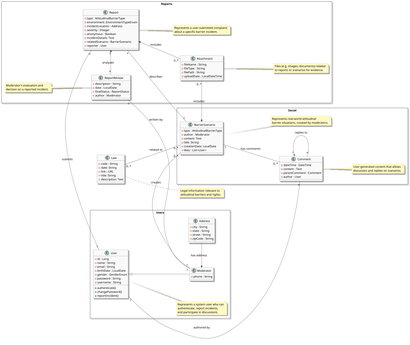
This is docs/diagrams/class.png from jaderAdriel/denuncie-barreiras, a PlantUML export, as it was before one commit.
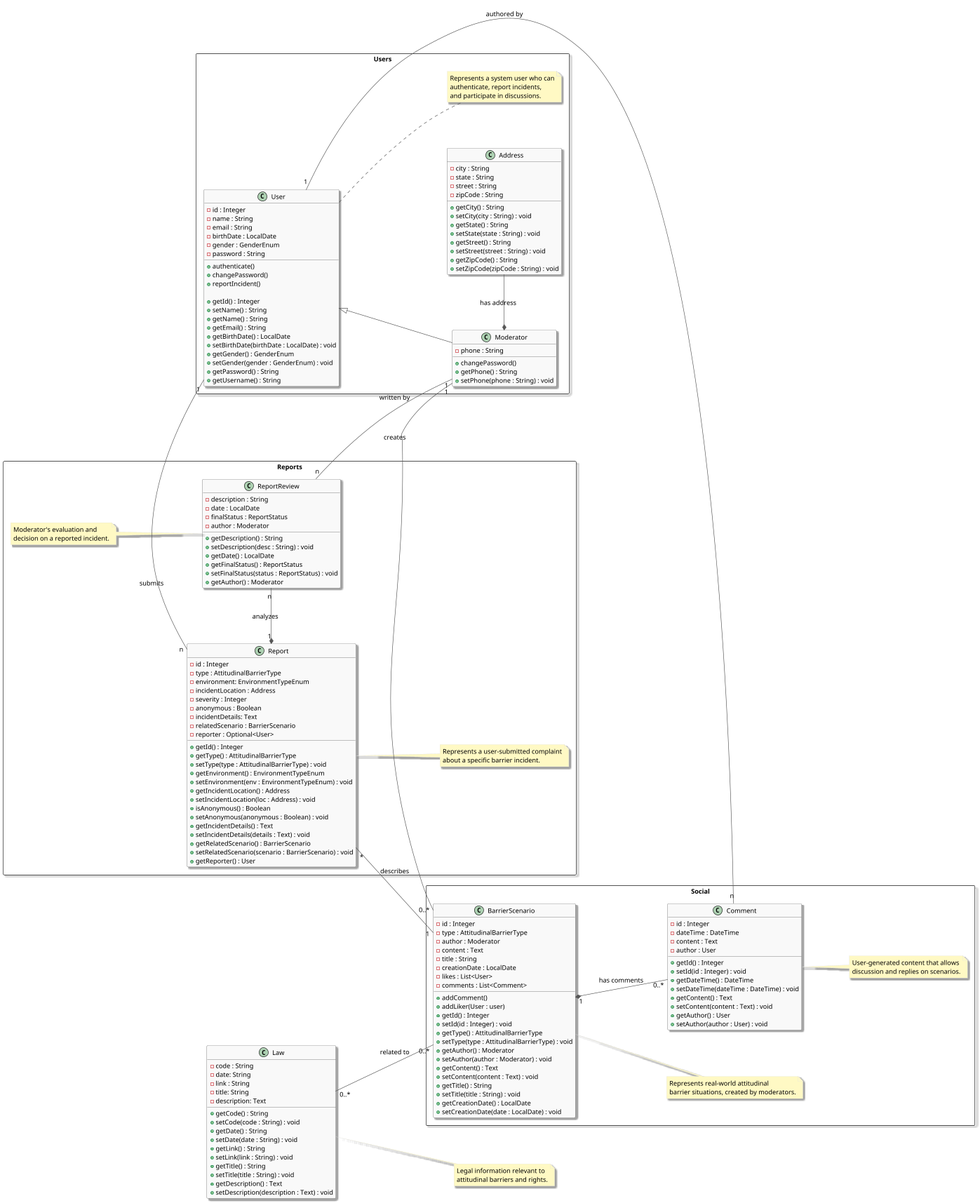
After the change.

The edit, as a diff of the source:
```diff
@@ -1,6 +1,5 @@
 @startuml
-
-skinparam Dpi 150
+skinparam Dpi 70
 skinparam shadowing true
 skinparam Nodesep 100
 skinparam Ranksep 100
@@ -10,29 +9,42 @@
 skinparam noteBackgroundColor #FFF9C4
 skinparam noteBorderColor #E0E0E0
 skinparam groupInheritance 1
-
 skinparam defaultFontName "Arial"
 skinparam defaultFontSize 14
 
 left to right direction
 
-package "Users"  <<Rectangle>> {
-
+package "Users" <<Rectangle>> {
     class User {
-        - id : Long
+        - id : Integer
         - name : String
         - email : String
         - birthDate : LocalDate
         - gender : GenderEnum
         - password : String
-        - username : String
+
         + authenticate()
         + changePassword()
         + reportIncident()
+
+        + getId() : Integer
+        + setName() : String
+        + getName() : String
+        + getEmail() : String
+        + getBirthDate() : LocalDate
+        + setBirthDate(birthDate : LocalDate) : void
+        + getGender() : GenderEnum
+        + setGender(gender : GenderEnum) : void
+        + getPassword() : String
+        + getUsername() : String
     }
 
     class Moderator {
         - phone : String
+
+        + changePassword()
+        + getPhone() : String
+        + setPhone(phone : String) : void
     }
 
     class Address {
@@ -40,6 +52,15 @@
         - state : String
         - street : String
         - zipCode : String
+
+        + getCity() : String
+        + setCity(city : String) : void
+        + getState() : String
+        + setState(state : String) : void
+        + getStreet() : String
+        + setStreet(street : String) : void
+        + getZipCode() : String
+        + setZipCode(zipCode : String) : void
     }
 
     note right of User
@@ -47,25 +68,49 @@
         authenticate, report incidents,
         and participate in discussions.
     end note
-
-
 }
 
-package "Social"  <<Rectangle>> {
+package "Social" <<Rectangle>> {
     class BarrierScenario {
+        - id : Integer
         - type : AttitudinalBarrierType
         - author : Moderator
-        - content: Text
-        - title: String
-        - creationDate: LocalDate
+        - content : Text
+        - title : String
+        - creationDate : LocalDate
         - likes : List<User>
+        - comments : List<Comment>
+
+        + addComment()
+        + addLiker(User : user)
+        + getId() : Integer
+        + setId(id : Integer) : void
+        + getType() : AttitudinalBarrierType
+        + setType(type : AttitudinalBarrierType) : void
+        + getAuthor() : Moderator
+        + setAuthor(author : Moderator) : void
+        + getContent() : Text
+        + setContent(content : Text) : void
+        + getTitle() : String
+        + setTitle(title : String) : void
+        + getCreationDate() : LocalDate
+        + setCreationDate(date : LocalDate) : void
     }
 
     class Comment {
+        - id : Integer
         - dateTime : DateTime
         - content : Text
-        - parentComment : Comment
         - author : User
+
+        + getId() : Integer
+        + setId(id : Integer) : void
+        + getDateTime() : DateTime
+        + setDateTime(dateTime : DateTime) : void
+        + getContent() : Text
+        + setContent(content : Text) : void
+        + getAuthor() : User
+        + setAuthor(author : User) : void
     }
 
     note right of BarrierScenario
@@ -82,9 +127,20 @@
 class Law {
     - code : String
     - date: String
-    - link : URL
+    - link : String
     - title: String
     - description: Text
+
+    + getCode() : String
+    + setCode(code : String) : void
+    + getDate() : String
+    + setDate(date : String) : void
+    + getLink() : String
+    + setLink(link : String) : void
+    + getTitle() : String
+    + setTitle(title : String) : void
+    + getDescription() : Text
+    + setDescription(description : Text) : void
 }
 
 note right of Law
@@ -92,8 +148,9 @@
     attitudinal barriers and rights.
 end note
 
-package "Reports"  <<Rectangle>> {
+package "Reports" <<Rectangle>> {
     class Report {
+        - id : Integer
         - type : AttitudinalBarrierType
         - environment: EnvironmentTypeEnum
         - incidentLocation : Address
@@ -101,21 +158,39 @@
         - anonymous : Boolean
         - incidentDetails: Text
         - relatedScenario : BarrierScenario
-        - reporter : User
+        - reporter : Optional<User>
+
+        + getId() : Integer
+        + getType() : AttitudinalBarrierType
+        + setType(type : AttitudinalBarrierType) : void
+        + getEnvironment() : EnvironmentTypeEnum
+        + setEnvironment(env : EnvironmentTypeEnum) : void
+        + getIncidentLocation() : Address
+        + setIncidentLocation(loc : Address) : void
+        + isAnonymous() : Boolean
+        + setAnonymous(anonymous : Boolean) : void
+        + getIncidentDetails() : Text
+        + setIncidentDetails(details : Text) : void
+        + getRelatedScenario() : BarrierScenario
+        + setRelatedScenario(scenario : BarrierScenario) : void
+        + getReporter() : User
     }
 
-    class Attachment {
-        - fileName : String
-        - fileType : String
-        - filePath : String
-        - uploadDate : LocalDateTime
-    }
+
+
 
     class ReportReview {
         - description : String
         - date : LocalDate
         - finalStatus : ReportStatus
         - author : Moderator
+
+        + getDescription() : String
+        + setDescription(desc : String) : void
+        + getDate() : LocalDate
+        + getFinalStatus() : ReportStatus
+        + setFinalStatus(status : ReportStatus) : void
+        + getAuthor() : Moderator
     }
 
     note right of Report
@@ -123,10 +198,7 @@
         about a specific barrier incident.
     end note
 
-    note right of Attachment
-        Files (e.g. images, documents) related
-        to reports or scenarios for evidence.
-    end note
+
 
     note left of ReportReview
         Moderator's evaluation and
@@ -141,17 +213,13 @@
 ReportReview "n" -- "1" Moderator : "written by"
 ReportReview "n" -* "1" Report : "analyzes"
 
-Comment "1" <-- "n" Comment : "replies to"
 Comment "n" -- "1" User : "authored by"
 
 Moderator *- Address : "has address"
 Moderator "1" -- "0..*" BarrierScenario : "creates"
 
 Report "*" -- "1" BarrierScenario : "describes"
-BarrierScenario "1" -- "0..*" Comment : "has comments"
+BarrierScenario "1" *-- "0..*" Comment : "has comments"
 Law "0..*" -- "0..*" BarrierScenario : "related to"
 
-Report *-- "0..*" Attachment : "includes"
-BarrierScenario *-- "0..*" Attachment : "includes"
-
 @enduml
```
